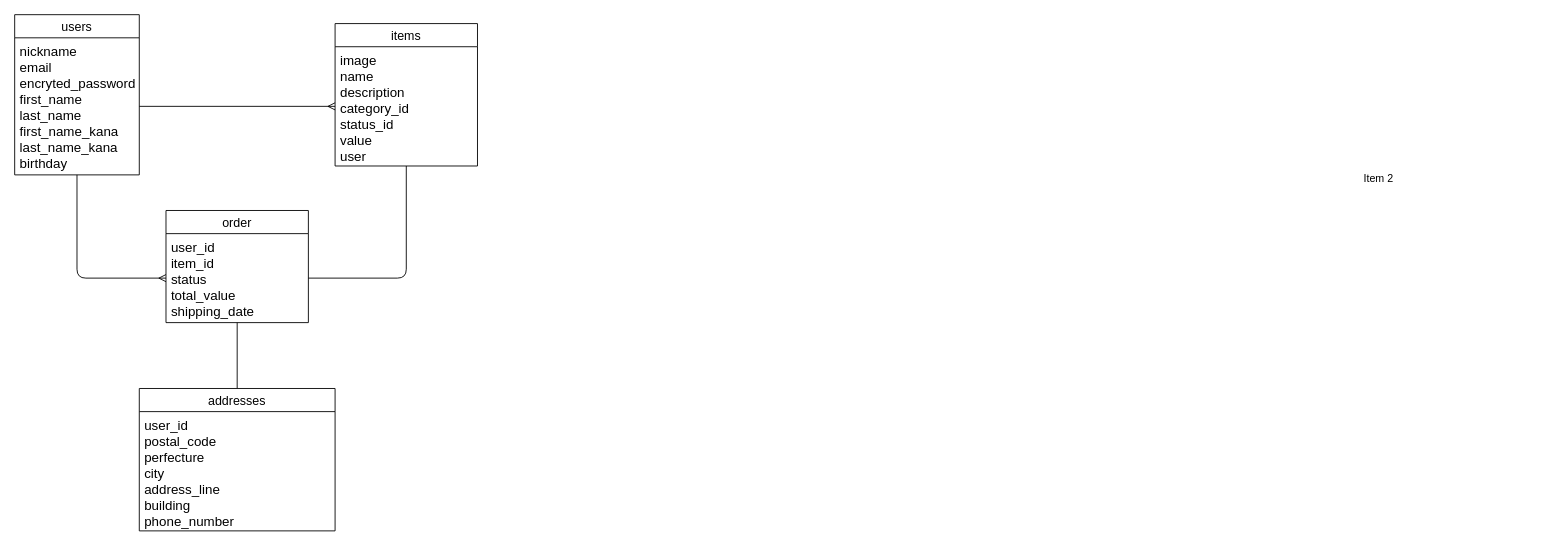
YUICHI1011/furima-40339 keeps this draw.io diagram as test.dio. Above is the earlier version. Source tidied: cells renumbered, new cells numbered last; positions are measured from the earlier drawing's top-left corner, leaving out a move shared by most shapes. Both pictures are drawn from the tidied source at 89%, with x=0, y=0 at pixel (14, 14).
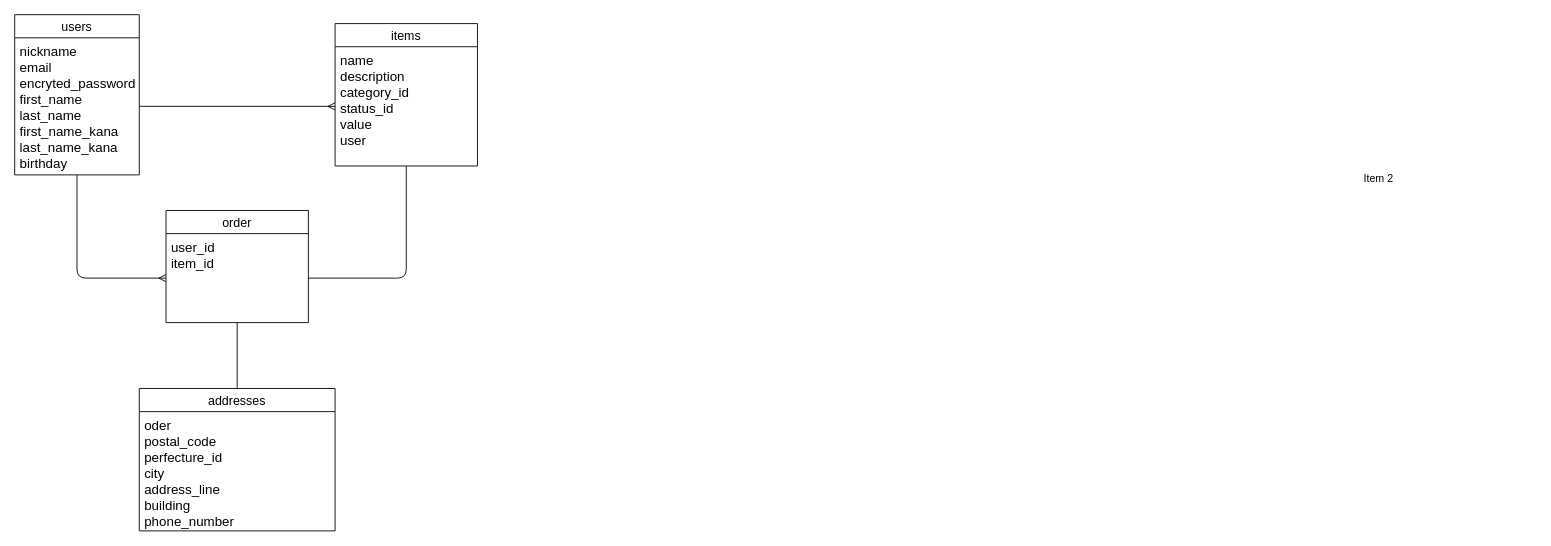
The same page after the edit.

Commit message (it also covers changes not shown here):
データベース設計の修正

Change to the diagram source:
```diff
@@
 <mxGraphModel>
   <root>
     <mxCell id="0" />
     <mxCell id="1" parent="0" />
     <mxCell id="2" style="edgeStyle=orthogonalEdgeStyle;html=1;entryX=0;entryY=0.5;entryDx=0;entryDy=0;fontSize=15;endArrow=ERmany;endFill=0;" parent="1" edge="1" source="3" target="12">
       <mxGeometry relative="1" as="geometry" />
     </mxCell>
     <mxCell id="3" value="users" style="swimlane;fontStyle=0;horizontal=1;startSize=26;align=center;fontSize=14;" parent="1" vertex="1">
       <mxGeometry width="140" height="180" as="geometry" />
     </mxCell>
     <mxCell id="4" value="nickname&#10;email&#10;encryted_password&#10;first_name&#10;last_name&#10;first_name_kana&#10;last_name_kana&#10;birthday&#10;" style="text;strokeColor=none;fillColor=none;spacingLeft=4;spacingRight=4;overflow=hidden;points=[[0,0.5],[1,0.5]];portConstraint=eastwest;fontSize=15;align=left;fontStyle=0;" parent="3" vertex="1">
       <mxGeometry y="26" width="140" height="154" as="geometry" />
     </mxCell>
     <mxCell id="5" value="Item 2" style="text;strokeColor=none;fillColor=none;spacingLeft=4;spacingRight=4;overflow=hidden;fontSize=12;" parent="1" vertex="1">
       <mxGeometry x="1510" y="170" width="200" height="30" as="geometry" />
     </mxCell>
     <mxCell id="6" style="edgeStyle=none;html=1;fontSize=15;endArrow=ERmany;endFill=0;" parent="1" edge="1" source="8">
       <mxGeometry relative="1" as="geometry">
         <mxPoint x="450" y="170" as="targetPoint" />
       </mxGeometry>
     </mxCell>
     <mxCell id="7" style="edgeStyle=orthogonalEdgeStyle;html=1;fontSize=15;endArrow=none;endFill=0;entryX=1;entryY=0.5;entryDx=0;entryDy=0;" parent="1" edge="1" source="8" target="12">
       <mxGeometry relative="1" as="geometry" />
     </mxCell>
     <mxCell id="8" value="items" style="swimlane;fontStyle=0;horizontal=1;startSize=26;align=center;fontSize=14;" parent="1" vertex="1">
       <mxGeometry x="360" y="10" width="160" height="160" as="geometry" />
     </mxCell>
-    <mxCell id="9" value="image&#10;name&#10;description&#10;category_id&#10;status_id&#10;value&#10;user&#10;" style="text;strokeColor=none;fillColor=none;spacingLeft=4;spacingRight=4;overflow=hidden;points=[[0,0.5],[1,0.5]];portConstraint=eastwest;fontSize=15;" parent="8" vertex="1">
+    <mxCell id="9" value="name&#10;description&#10;category_id&#10;status_id&#10;value&#10;user&#10;" style="text;strokeColor=none;fillColor=none;spacingLeft=4;spacingRight=4;overflow=hidden;points=[[0,0.5],[1,0.5]];portConstraint=eastwest;fontSize=15;" parent="8" vertex="1">
       <mxGeometry y="26" width="160" height="134" as="geometry" />
     </mxCell>
     <mxCell id="10" style="edgeStyle=orthogonalEdgeStyle;html=1;entryX=0.5;entryY=0;entryDx=0;entryDy=0;fontSize=15;endArrow=none;endFill=0;" parent="1" edge="1" source="11" target="13">
       <mxGeometry relative="1" as="geometry" />
     </mxCell>
     <mxCell id="11" value="order" style="swimlane;fontStyle=0;horizontal=1;startSize=26;align=center;fontSize=14;" parent="1" vertex="1">
       <mxGeometry x="170" y="220" width="160" height="126" as="geometry" />
     </mxCell>
-    <mxCell id="12" value="user_id&#10;item_id&#10;status&#10;total_value&#10;shipping_date" style="text;strokeColor=none;fillColor=none;spacingLeft=4;spacingRight=4;overflow=hidden;points=[[0,0.5],[1,0.5]];portConstraint=eastwest;fontSize=15;" parent="11" vertex="1">
+    <mxCell id="12" value="user_id&#10;item_id" style="text;strokeColor=none;fillColor=none;spacingLeft=4;spacingRight=4;overflow=hidden;points=[[0,0.5],[1,0.5]];portConstraint=eastwest;fontSize=15;" parent="11" vertex="1">
       <mxGeometry y="26" width="160" height="100" as="geometry" />
     </mxCell>
     <mxCell id="13" value="addresses" style="swimlane;fontStyle=0;horizontal=1;startSize=26;align=center;fontSize=14;" parent="1" vertex="1">
       <mxGeometry x="140" y="420" width="220" height="160" as="geometry" />
     </mxCell>
-    <mxCell id="14" value="user_id&#10;postal_code&#10;perfecture&#10;city&#10;address_line&#10;building&#10;phone_number" style="text;strokeColor=none;fillColor=none;spacingLeft=4;spacingRight=4;overflow=hidden;fontSize=15;" parent="13" vertex="1">
+    <mxCell id="14" value="oder&#10;postal_code&#10;perfecture_id&#10;city&#10;address_line&#10;building&#10;phone_number" style="text;strokeColor=none;fillColor=none;spacingLeft=4;spacingRight=4;overflow=hidden;fontSize=15;" parent="13" vertex="1">
       <mxGeometry y="26" width="220" height="134" as="geometry" />
     </mxCell>
     <mxCell id="15" style="edgeStyle=none;html=1;fontSize=15;endArrow=ERmany;endFill=0;entryX=0;entryY=0.5;entryDx=0;entryDy=0;" parent="1" edge="1" source="4" target="9">
       <mxGeometry relative="1" as="geometry" />
     </mxCell>
   </root>
 </mxGraphModel>
```
